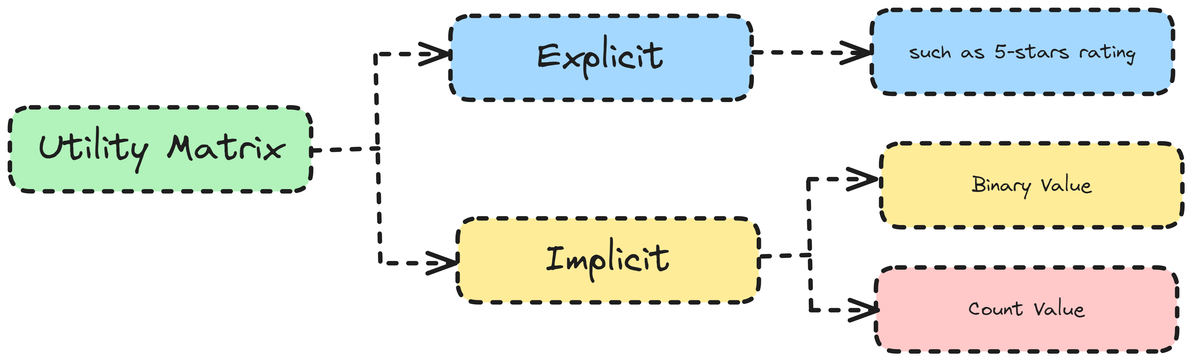
The Excalidraw diagram assets/utility.png in fakhrirobi/artist_recommender, before a commit. Source tidied: one line per element, renumbered; positions are measured from the earlier drawing's top-left corner, leaving out a move shared by most shapes. The source it was exported from:
```json
{"id": 0, "type": "rectangle", "strokeColor": "#1e1e1e", "backgroundColor": "#b2f2bb", "fillStyle": "solid", "strokeWidth": 4, "strokeStyle": "dashed", "roughness": 0, "round": true, "x": 0, "y": 98, "width": 304, "height": 85}
{"id": 1, "type": "text", "text": "Utility Matrix", "strokeColor": "#1e1e1e", "backgroundColor": "#b2f2bb", "fillStyle": "solid", "strokeWidth": 4, "strokeStyle": "dashed", "roughness": 0, "fontSize": 36.88, "fontFamily": 1, "textAlign": "center", "verticalAlign": "middle", "inside": 0, "x": 28, "y": 118, "width": 248, "height": 46}
{"id": 2, "type": "rectangle", "strokeColor": "#1e1e1e", "backgroundColor": "#a5d8ff", "fillStyle": "solid", "strokeWidth": 4, "strokeStyle": "dashed", "roughness": 0, "round": true, "x": 445, "y": 6, "width": 304, "height": 85}
{"id": 3, "type": "text", "text": "Explicit", "strokeColor": "#1e1e1e", "backgroundColor": "#b2f2bb", "fillStyle": "solid", "strokeWidth": 4, "strokeStyle": "dashed", "roughness": 0, "fontSize": 36.88, "fontFamily": 1, "textAlign": "center", "verticalAlign": "middle", "inside": 2, "x": 533, "y": 25, "width": 129, "height": 46}
{"id": 4, "type": "rectangle", "strokeColor": "#1e1e1e", "backgroundColor": "#ffec99", "fillStyle": "solid", "strokeWidth": 4, "strokeStyle": "dashed", "roughness": 0, "round": true, "x": 453, "y": 211, "width": 304, "height": 85}
{"id": 5, "type": "text", "text": "Implicit", "strokeColor": "#1e1e1e", "backgroundColor": "#b2f2bb", "fillStyle": "solid", "strokeWidth": 4, "strokeStyle": "dashed", "roughness": 0, "fontSize": 36.88, "fontFamily": 1, "textAlign": "center", "verticalAlign": "middle", "inside": 4, "x": 541, "y": 230, "width": 127, "height": 46}
{"id": 6, "type": "arrow", "strokeColor": "#1e1e1e", "backgroundColor": "#ffec99", "fillStyle": "solid", "strokeWidth": 4, "strokeStyle": "dashed", "roughness": 0, "endArrowhead": "arrow", "round": true, "to": 2, "x": 375, "y": 45, "width": 68, "height": 0, "points": [[0, 0], [68, 0]]}
{"id": 7, "type": "arrow", "strokeColor": "#1e1e1e", "backgroundColor": "#ffec99", "fillStyle": "solid", "strokeWidth": 4, "strokeStyle": "dashed", "roughness": 0, "endArrowhead": "arrow", "round": true, "to": 4, "x": 383, "y": 256, "width": 68, "height": 0, "points": [[0, 0], [68, 0]]}
{"id": 8, "type": "line", "strokeColor": "#1e1e1e", "backgroundColor": "#ffec99", "fillStyle": "solid", "strokeWidth": 4, "strokeStyle": "dashed", "roughness": 0, "round": true, "x": 369, "y": 46, "width": 5, "height": 214, "points": [[0, 0], [5, 214]]}
{"id": 9, "type": "line", "strokeColor": "#1e1e1e", "backgroundColor": "#ffec99", "fillStyle": "solid", "strokeWidth": 4, "strokeStyle": "dashed", "roughness": 0, "round": true, "x": 305, "y": 142, "width": 67, "height": 2, "points": [[0, 0], [67, -2]]}
{"id": 10, "type": "rectangle", "strokeColor": "#1e1e1e", "backgroundColor": "#a5d8ff", "fillStyle": "solid", "strokeWidth": 4, "strokeStyle": "dashed", "roughness": 0, "round": true, "x": 871, "y": 0, "width": 304, "height": 85}
{"id": 11, "type": "text", "text": "such as 5-stars rating", "strokeColor": "#1e1e1e", "backgroundColor": "#ffec99", "fillStyle": "solid", "strokeWidth": 4, "strokeStyle": "dashed", "roughness": 0, "fontSize": 20, "fontFamily": 1, "textAlign": "center", "verticalAlign": "middle", "inside": 10, "x": 909, "y": 30, "width": 229, "height": 25}
{"id": 12, "type": "rectangle", "strokeColor": "#1e1e1e", "backgroundColor": "#ffec99", "fillStyle": "solid", "strokeWidth": 4, "strokeStyle": "dashed", "roughness": 0, "round": true, "x": 881, "y": 135, "width": 304, "height": 85}
{"id": 13, "type": "text", "text": "Binary Value", "strokeColor": "#1e1e1e", "backgroundColor": "#ffec99", "fillStyle": "solid", "strokeWidth": 4, "strokeStyle": "dashed", "roughness": 0, "fontSize": 20, "fontFamily": 1, "textAlign": "center", "verticalAlign": "middle", "inside": 12, "x": 972, "y": 165, "width": 121, "height": 25}
{"id": 14, "type": "rectangle", "strokeColor": "#1e1e1e", "backgroundColor": "#ffc9c9", "fillStyle": "solid", "strokeWidth": 4, "strokeStyle": "dashed", "roughness": 0, "round": true, "x": 875, "y": 260, "width": 304, "height": 85}
{"id": 15, "type": "text", "text": "Count Value", "strokeColor": "#1e1e1e", "backgroundColor": "#ffec99", "fillStyle": "solid", "strokeWidth": 4, "strokeStyle": "dashed", "roughness": 0, "fontSize": 20, "fontFamily": 1, "textAlign": "center", "verticalAlign": "middle", "inside": 14, "x": 969, "y": 290, "width": 117, "height": 25}
{"id": 16, "type": "arrow", "strokeColor": "#1e1e1e", "backgroundColor": "#ffec99", "fillStyle": "solid", "strokeWidth": 4, "strokeStyle": "dashed", "roughness": 0, "endArrowhead": "arrow", "round": true, "to": 12, "x": 808, "y": 171, "width": 68, "height": 0, "points": [[0, 0], [68, 0]]}
{"id": 17, "type": "line", "strokeColor": "#1e1e1e", "backgroundColor": "#ffec99", "fillStyle": "solid", "strokeWidth": 4, "strokeStyle": "dashed", "roughness": 0, "round": true, "x": 807, "y": 173, "width": 3, "height": 132, "points": [[0, 0], [3, 132]]}
{"id": 18, "type": "arrow", "strokeColor": "#1e1e1e", "backgroundColor": "#ffec99", "fillStyle": "solid", "strokeWidth": 4, "strokeStyle": "dashed", "roughness": 0, "endArrowhead": "arrow", "round": true, "x": 809, "y": 303, "width": 68, "height": 0, "points": [[0, 0], [68, 0]]}
{"id": 19, "type": "line", "strokeColor": "#1e1e1e", "backgroundColor": "#ffec99", "fillStyle": "solid", "strokeWidth": 4, "strokeStyle": "dashed", "roughness": 0, "round": true, "x": 760, "y": 249, "width": 50, "height": 1, "points": [[0, 0], [50, -1]]}
{"id": 20, "type": "arrow", "strokeColor": "#1e1e1e", "backgroundColor": "#ffec99", "fillStyle": "solid", "strokeWidth": 4, "strokeStyle": "dashed", "roughness": 0, "endArrowhead": "arrow", "round": true, "from": 2, "to": 10, "x": 752, "y": 43, "width": 117, "height": 1, "points": [[0, 0], [117, 1]]}
```
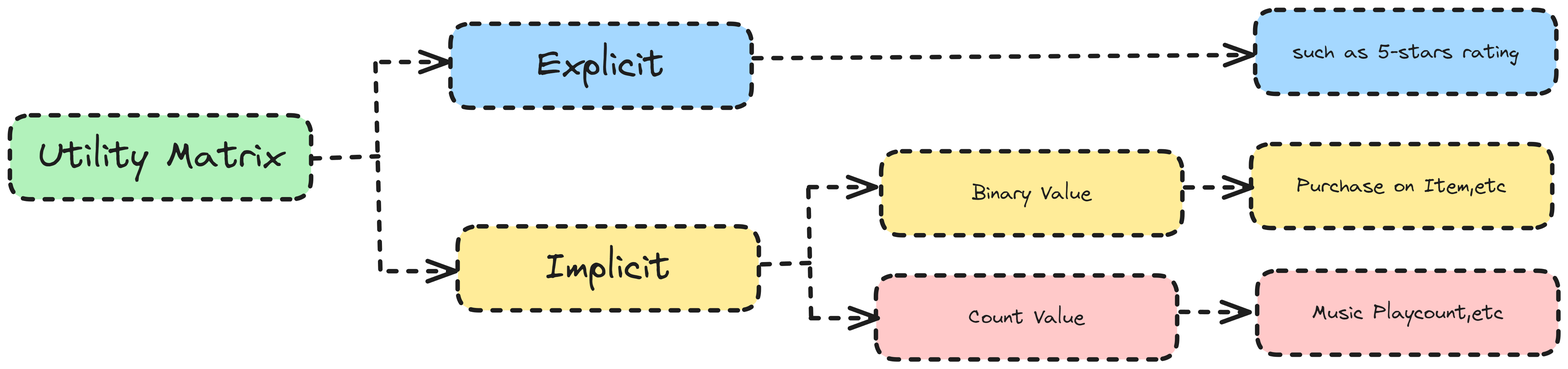
The same file after the commit.

Diff of the diagram source:
```diff
@@ -8,8 +8,8 @@
 {"id": 7, "type": "arrow", "strokeColor": "#1e1e1e", "backgroundColor": "#ffec99", "fillStyle": "solid", "strokeWidth": 4, "strokeStyle": "dashed", "roughness": 0, "endArrowhead": "arrow", "round": true, "to": 4, "x": 383, "y": 256, "width": 68, "height": 0, "points": [[0, 0], [68, 0]]}
 {"id": 8, "type": "line", "strokeColor": "#1e1e1e", "backgroundColor": "#ffec99", "fillStyle": "solid", "strokeWidth": 4, "strokeStyle": "dashed", "roughness": 0, "round": true, "x": 369, "y": 46, "width": 5, "height": 214, "points": [[0, 0], [5, 214]]}
 {"id": 9, "type": "line", "strokeColor": "#1e1e1e", "backgroundColor": "#ffec99", "fillStyle": "solid", "strokeWidth": 4, "strokeStyle": "dashed", "roughness": 0, "round": true, "x": 305, "y": 142, "width": 67, "height": 2, "points": [[0, 0], [67, -2]]}
-{"id": 10, "type": "rectangle", "strokeColor": "#1e1e1e", "backgroundColor": "#a5d8ff", "fillStyle": "solid", "strokeWidth": 4, "strokeStyle": "dashed", "roughness": 0, "round": true, "x": 871, "y": 0, "width": 304, "height": 85}
+{"id": 10, "type": "rectangle", "strokeColor": "#1e1e1e", "backgroundColor": "#a5d8ff", "fillStyle": "solid", "strokeWidth": 4, "strokeStyle": "dashed", "roughness": 0, "round": true, "x": 1258, "y": -8, "width": 304, "height": 85}
-{"id": 11, "type": "text", "text": "such as 5-stars rating", "strokeColor": "#1e1e1e", "backgroundColor": "#ffec99", "fillStyle": "solid", "strokeWidth": 4, "strokeStyle": "dashed", "roughness": 0, "fontSize": 20, "fontFamily": 1, "textAlign": "center", "verticalAlign": "middle", "inside": 10, "x": 909, "y": 30, "width": 229, "height": 25}
+{"id": 11, "type": "text", "text": "such as 5-stars rating", "strokeColor": "#1e1e1e", "backgroundColor": "#ffec99", "fillStyle": "solid", "strokeWidth": 4, "strokeStyle": "dashed", "roughness": 0, "fontSize": 20, "fontFamily": 1, "textAlign": "center", "verticalAlign": "middle", "inside": 10, "x": 1296, "y": 22, "width": 229, "height": 25}
 {"id": 12, "type": "rectangle", "strokeColor": "#1e1e1e", "backgroundColor": "#ffec99", "fillStyle": "solid", "strokeWidth": 4, "strokeStyle": "dashed", "roughness": 0, "round": true, "x": 881, "y": 135, "width": 304, "height": 85}
 {"id": 13, "type": "text", "text": "Binary Value", "strokeColor": "#1e1e1e", "backgroundColor": "#ffec99", "fillStyle": "solid", "strokeWidth": 4, "strokeStyle": "dashed", "roughness": 0, "fontSize": 20, "fontFamily": 1, "textAlign": "center", "verticalAlign": "middle", "inside": 12, "x": 972, "y": 165, "width": 121, "height": 25}
 {"id": 14, "type": "rectangle", "strokeColor": "#1e1e1e", "backgroundColor": "#ffc9c9", "fillStyle": "solid", "strokeWidth": 4, "strokeStyle": "dashed", "roughness": 0, "round": true, "x": 875, "y": 260, "width": 304, "height": 85}
@@ -18,4 +18,10 @@
 {"id": 17, "type": "line", "strokeColor": "#1e1e1e", "backgroundColor": "#ffec99", "fillStyle": "solid", "strokeWidth": 4, "strokeStyle": "dashed", "roughness": 0, "round": true, "x": 807, "y": 173, "width": 3, "height": 132, "points": [[0, 0], [3, 132]]}
 {"id": 18, "type": "arrow", "strokeColor": "#1e1e1e", "backgroundColor": "#ffec99", "fillStyle": "solid", "strokeWidth": 4, "strokeStyle": "dashed", "roughness": 0, "endArrowhead": "arrow", "round": true, "x": 809, "y": 303, "width": 68, "height": 0, "points": [[0, 0], [68, 0]]}
 {"id": 19, "type": "line", "strokeColor": "#1e1e1e", "backgroundColor": "#ffec99", "fillStyle": "solid", "strokeWidth": 4, "strokeStyle": "dashed", "roughness": 0, "round": true, "x": 760, "y": 249, "width": 50, "height": 1, "points": [[0, 0], [50, -1]]}
-{"id": 20, "type": "arrow", "strokeColor": "#1e1e1e", "backgroundColor": "#ffec99", "fillStyle": "solid", "strokeWidth": 4, "strokeStyle": "dashed", "roughness": 0, "endArrowhead": "arrow", "round": true, "from": 2, "to": 10, "x": 752, "y": 43, "width": 117, "height": 1, "points": [[0, 0], [117, 1]]}
+{"id": 20, "type": "arrow", "strokeColor": "#1e1e1e", "backgroundColor": "#ffec99", "fillStyle": "solid", "strokeWidth": 4, "strokeStyle": "dashed", "roughness": 0, "endArrowhead": "arrow", "round": true, "from": 2, "to": 10, "x": 752, "y": 41, "width": 505, "height": 3, "points": [[0, 0], [505, -3]]}
+{"id": 21, "type": "rectangle", "strokeColor": "#1e1e1e", "backgroundColor": "#ffec99", "fillStyle": "solid", "strokeWidth": 4, "strokeStyle": "dashed", "roughness": 0, "round": true, "x": 1254, "y": 128, "width": 304, "height": 85}
+{"id": 22, "type": "text", "text": "Purchase on Item,etc", "strokeColor": "#1e1e1e", "backgroundColor": "#ffec99", "fillStyle": "solid", "strokeWidth": 4, "strokeStyle": "dashed", "roughness": 0, "fontSize": 20, "fontFamily": 1, "textAlign": "center", "verticalAlign": "middle", "inside": 21, "x": 1301, "y": 157, "width": 212, "height": 25}
+{"id": 23, "type": "rectangle", "strokeColor": "#1e1e1e", "backgroundColor": "#ffc9c9", "fillStyle": "solid", "strokeWidth": 4, "strokeStyle": "dashed", "roughness": 0, "round": true, "x": 1261, "y": 255, "width": 304, "height": 85}
+{"id": 24, "type": "text", "text": "Music Playcount,etc", "strokeColor": "#1e1e1e", "backgroundColor": "#ffec99", "fillStyle": "solid", "strokeWidth": 4, "strokeStyle": "dashed", "roughness": 0, "fontSize": 20, "fontFamily": 1, "textAlign": "center", "verticalAlign": "middle", "inside": 23, "x": 1316, "y": 285, "width": 194, "height": 25}
+{"id": 25, "type": "arrow", "strokeColor": "#1e1e1e", "backgroundColor": "#ffec99", "fillStyle": "solid", "strokeWidth": 4, "strokeStyle": "dashed", "roughness": 0, "endArrowhead": "arrow", "round": true, "from": 12, "x": 1188, "y": 171, "width": 68, "height": 0, "points": [[0, 0], [68, 0]]}
+{"id": 26, "type": "arrow", "strokeColor": "#1e1e1e", "backgroundColor": "#ffec99", "fillStyle": "solid", "strokeWidth": 4, "strokeStyle": "dashed", "roughness": 0, "endArrowhead": "arrow", "round": true, "from": 14, "to": 23, "x": 1183, "y": 297, "width": 70, "height": 0, "points": [[0, 0], [70, 0]]}
```
